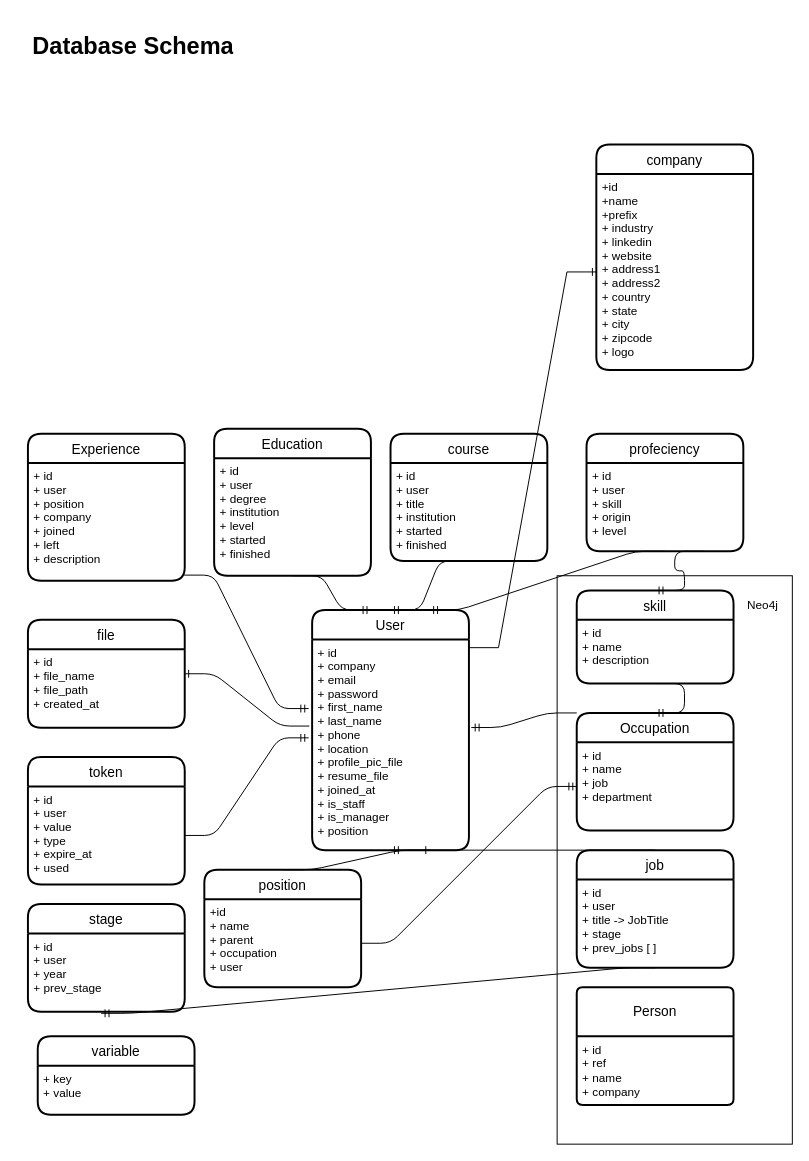
This is backend/schema/schema.drawio from EmileGrip/GripGenTech, a draw.io file, before an edit. Source tidied: cells renumbered, new cells numbered last; positions are measured from the earlier drawing's top-left corner, leaving out a move shared by most shapes. Both pictures are drawn from the tidied source at 98%, with x=0, y=0 at pixel (27, 26).
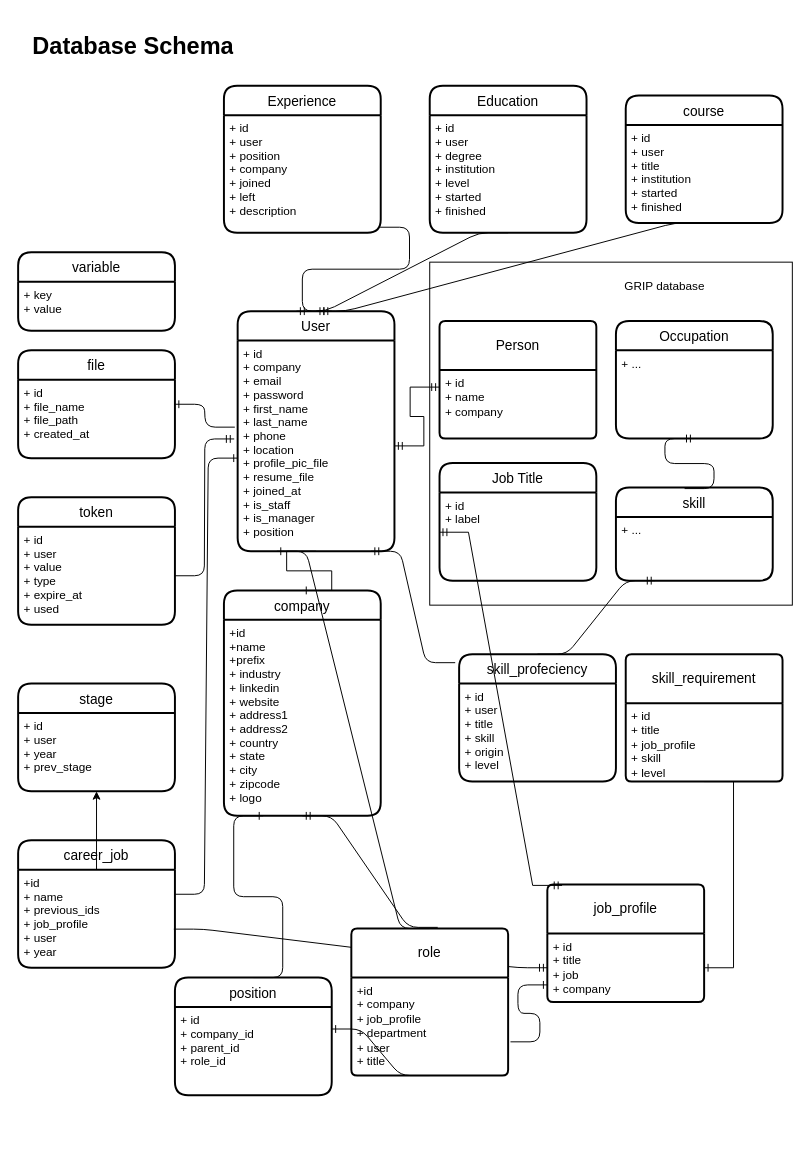
Above is the later version.

Unchanged cells that the change refers to:
```xml
<mxCell id="4" value="+id&#10;+name&#10;+prefix&#10;+ industry&#10;+ linkedin&#10;+ website&#10;+ address1&#10;+ address2&#10;+ country&#10;+ state&#10;+ city&#10;+ zipcode&#10;+ logo" style="align=left;strokeColor=none;fillColor=none;spacingLeft=4;fontSize=12;verticalAlign=top;" parent="3" vertex="1">
  <mxGeometry y="30" width="160" height="200" as="geometry" />
</mxCell>
<mxCell id="6" value="+ id&#10;+ company&#10;+ email&#10;+ password&#10;+ first_name&#10;+ last_name&#10;+ phone&#10;+ location&#10;+ profile_pic_file&#10;+ resume_file&#10;+ joined_at&#10;+ is_staff&#10;+ is_manager&#10;+ position" style="align=left;strokeColor=none;fillColor=none;spacingLeft=4;fontSize=12;verticalAlign=top;" parent="5" vertex="1">
  <mxGeometry y="30" width="160" height="215" as="geometry" />
</mxCell>
<mxCell id="20" value="+ id&#10;+ user&#10;+ position&#10;+ company&#10;+ joined&#10;+ left&#10;+ description" style="align=left;strokeColor=none;fillColor=none;spacingLeft=4;fontSize=12;verticalAlign=top;" parent="19" vertex="1">
  <mxGeometry y="30" width="160" height="120" as="geometry" />
</mxCell>
<mxCell id="28" value="+ id&#10;+ user&#10;+ year&#10;+ prev_stage" style="align=left;strokeColor=none;fillColor=none;spacingLeft=4;fontSize=12;verticalAlign=top;" parent="27" vertex="1">
  <mxGeometry y="30" width="160" height="80" as="geometry" />
</mxCell>
```

The edit, as a diff of the source:
```diff
@@
-    <mxCell id="2" style="rounded=0;whiteSpace=wrap;html=1;" parent="1" vertex="1">
-      <mxGeometry x="540" y="560" width="240" height="580" as="geometry" />
-    </mxCell>
+    <mxCell id="49" style="rounded=0;whiteSpace=wrap;html=1;" parent="1" vertex="1">
+      <mxGeometry x="410" y="240" width="370" height="350" as="geometry" />
+    </mxCell>
     <mxCell id="3" value="company" style="swimlane;horizontal=1;startSize=30;rounded=1;fontSize=14;fontStyle=0;strokeWidth=2;shadow=0;dashed=0;align=center;" parent="1" vertex="1">
-      <mxGeometry x="580" y="120" width="160" height="230" as="geometry" />
+      <mxGeometry x="200" y="575" width="160" height="230" as="geometry" />
     </mxCell>
@@
     <mxCell id="5" value="User" style="swimlane;horizontal=1;startSize=30;rounded=1;fontSize=14;fontStyle=0;strokeWidth=2;shadow=0;dashed=0;align=center;" parent="1" vertex="1">
-      <mxGeometry x="290" y="595" width="160" height="245" as="geometry" />
+      <mxGeometry x="214" y="290" width="160" height="245" as="geometry" />
     </mxCell>
@@
     <mxCell id="7" value="file" style="swimlane;horizontal=1;startSize=30;rounded=1;fontSize=14;fontStyle=0;strokeWidth=2;shadow=0;dashed=0;align=center;" parent="1" vertex="1">
-      <mxGeometry y="605" width="160" height="110" as="geometry" />
+      <mxGeometry x="-10" y="330" width="160" height="110" as="geometry" />
     </mxCell>
@@
-    <mxCell id="9" value="profeciency" style="swimlane;horizontal=1;startSize=30;rounded=1;fontSize=14;fontStyle=0;strokeWidth=2;shadow=0;dashed=0;align=center;" parent="1" vertex="1">
-      <mxGeometry x="570" y="415" width="160" height="120" as="geometry" />
+    <mxCell id="9" value="skill_profeciency" style="swimlane;horizontal=1;startSize=30;rounded=1;fontSize=14;fontStyle=0;strokeWidth=2;shadow=0;dashed=0;align=center;" parent="1" vertex="1">
+      <mxGeometry x="440" y="640" width="160" height="130" as="geometry" />
     </mxCell>
-    <mxCell id="10" value="+ id&#10;+ user&#10;+ skill&#10;+ origin&#10;+ level" style="align=left;strokeColor=none;fillColor=none;spacingLeft=4;fontSize=12;verticalAlign=top;" parent="9" vertex="1">
-      <mxGeometry y="30" width="160" height="90" as="geometry" />
+    <mxCell id="10" value="+ id&#10;+ user&#10;+ title&#10;+ skill&#10;+ origin&#10;+ level" style="align=left;strokeColor=none;fillColor=none;spacingLeft=4;fontSize=12;verticalAlign=top;" parent="9" vertex="1">
+      <mxGeometry y="30" width="160" height="100" as="geometry" />
     </mxCell>
     <mxCell id="11" value="skill" style="swimlane;horizontal=1;startSize=30;rounded=1;fontSize=14;fontStyle=0;strokeWidth=2;shadow=0;dashed=0;align=center;" parent="1" vertex="1">
-      <mxGeometry x="560" y="575" width="160" height="95" as="geometry" />
+      <mxGeometry x="600" y="470" width="160" height="95" as="geometry" />
     </mxCell>
-    <mxCell id="12" value="+ id&#10;+ name&#10;+ description&#10;" style="align=left;strokeColor=none;fillColor=none;spacingLeft=4;fontSize=12;verticalAlign=top;" parent="11" vertex="1">
+    <mxCell id="12" value="+ ..." style="align=left;strokeColor=none;fillColor=none;spacingLeft=4;fontSize=12;verticalAlign=top;" parent="11" vertex="1">
       <mxGeometry y="30" width="160" height="65" as="geometry" />
     </mxCell>
     <mxCell id="13" value="Occupation" style="swimlane;horizontal=1;startSize=30;rounded=1;fontSize=14;fontStyle=0;strokeWidth=2;shadow=0;dashed=0;align=center;" parent="1" vertex="1">
-      <mxGeometry x="560" y="700" width="160" height="120" as="geometry" />
+      <mxGeometry x="600" y="300" width="160" height="120" as="geometry" />
     </mxCell>
-    <mxCell id="14" value="+ id&#10;+ name&#10;+ job&#10;+ department" style="align=left;strokeColor=none;fillColor=none;spacingLeft=4;fontSize=12;verticalAlign=top;" parent="13" vertex="1">
+    <mxCell id="14" value="+ ..." style="align=left;strokeColor=none;fillColor=none;spacingLeft=4;fontSize=12;verticalAlign=top;" parent="13" vertex="1">
       <mxGeometry y="30" width="160" height="90" as="geometry" />
     </mxCell>
-    <mxCell id="15" value="position" style="swimlane;horizontal=1;startSize=30;rounded=1;fontSize=14;fontStyle=0;strokeWidth=2;shadow=0;dashed=0;align=center;" parent="1" vertex="1">
-      <mxGeometry x="180" y="860" width="160" height="120" as="geometry" />
+    <mxCell id="15" value="career_job" style="swimlane;horizontal=1;startSize=30;rounded=1;fontSize=14;fontStyle=0;strokeWidth=2;shadow=0;dashed=0;align=center;" parent="1" vertex="1">
+      <mxGeometry x="-10" y="830" width="160" height="130" as="geometry" />
     </mxCell>
-    <mxCell id="16" value="+id&#10;+ name&#10;+ parent&#10;+ occupation&#10;+ user" style="align=left;strokeColor=none;fillColor=none;spacingLeft=4;fontSize=12;verticalAlign=top;" parent="15" vertex="1">
-      <mxGeometry y="30" width="160" height="90" as="geometry" />
+    <mxCell id="16" value="+id&#10;+ name&#10;+ previous_ids&#10;+ job_profile&#10;+ user&#10;+ year" style="align=left;strokeColor=none;fillColor=none;spacingLeft=4;fontSize=12;verticalAlign=top;" parent="15" vertex="1">
+      <mxGeometry y="30" width="160" height="100" as="geometry" />
     </mxCell>
     <mxCell id="17" value="Education" style="swimlane;horizontal=1;startSize=30;rounded=1;fontSize=14;fontStyle=0;strokeWidth=2;shadow=0;dashed=0;align=center;" parent="1" vertex="1">
-      <mxGeometry x="190" y="410" width="160" height="150" as="geometry" />
+      <mxGeometry x="410" y="60" width="160" height="150" as="geometry" />
     </mxCell>
@@
     <mxCell id="19" value="Experience" style="swimlane;horizontal=1;startSize=30;rounded=1;fontSize=14;fontStyle=0;strokeWidth=2;shadow=0;dashed=0;align=center;" parent="1" vertex="1">
-      <mxGeometry y="415" width="160" height="150" as="geometry" />
+      <mxGeometry x="200" y="60" width="160" height="150" as="geometry" />
     </mxCell>
@@
     <mxCell id="21" value="token" style="swimlane;horizontal=1;startSize=30;rounded=1;fontSize=14;fontStyle=0;strokeWidth=2;shadow=0;dashed=0;align=center;" parent="1" vertex="1">
-      <mxGeometry y="745" width="160" height="130" as="geometry" />
+      <mxGeometry x="-10" y="480" width="160" height="130" as="geometry" />
     </mxCell>
@@
     <mxCell id="23" value="course" style="swimlane;horizontal=1;startSize=30;rounded=1;fontSize=14;fontStyle=0;strokeWidth=2;shadow=0;dashed=0;align=center;" parent="1" vertex="1">
-      <mxGeometry x="370" y="415" width="160" height="130" as="geometry" />
+      <mxGeometry x="610" y="70" width="160" height="130" as="geometry" />
     </mxCell>
@@
     <mxCell id="25" value="variable" style="swimlane;horizontal=1;startSize=30;rounded=1;fontSize=14;fontStyle=0;strokeWidth=2;shadow=0;dashed=0;align=center;" parent="1" vertex="1">
-      <mxGeometry x="10" y="1030" width="160" height="80" as="geometry" />
+      <mxGeometry x="-10" y="230" width="160" height="80" as="geometry" />
     </mxCell>
@@
     <mxCell id="27" value="stage" style="swimlane;horizontal=1;startSize=30;rounded=1;fontSize=14;fontStyle=0;strokeWidth=2;shadow=0;dashed=0;align=center;" parent="1" vertex="1">
-      <mxGeometry y="895" width="160" height="110" as="geometry" />
+      <mxGeometry x="-10" y="670" width="160" height="110" as="geometry" />
     </mxCell>
@@
-    <mxCell id="29" value="job" style="swimlane;horizontal=1;startSize=30;rounded=1;fontSize=14;fontStyle=0;strokeWidth=2;shadow=0;dashed=0;align=center;" parent="1" vertex="1">
-      <mxGeometry x="560" y="840" width="160" height="120" as="geometry" />
+    <mxCell id="29" value="Job Title" style="swimlane;horizontal=1;startSize=30;rounded=1;fontSize=14;fontStyle=0;strokeWidth=2;shadow=0;dashed=0;align=center;" parent="1" vertex="1">
+      <mxGeometry x="420" y="445" width="160" height="120" as="geometry" />
     </mxCell>
-    <mxCell id="30" value="+ id&#10;+ user&#10;+ title -&gt; JobTitle&#10;+ stage&#10;+ prev_jobs [ ]" style="align=left;strokeColor=none;fillColor=none;spacingLeft=4;fontSize=12;verticalAlign=top;" parent="29" vertex="1">
+    <mxCell id="30" value="+ id&#10;+ label&#10;" style="align=left;strokeColor=none;fillColor=none;spacingLeft=4;fontSize=12;verticalAlign=top;" parent="29" vertex="1">
       <mxGeometry y="30" width="160" height="90" as="geometry" />
     </mxCell>
-    <mxCell id="31" style="edgeStyle=entityRelationEdgeStyle;fontSize=12;html=1;endArrow=ERmandOne;exitX=0.5;exitY=1;exitDx=0;exitDy=0;entryX=0.467;entryY=1.019;entryDx=0;entryDy=0;entryPerimeter=0;" parent="1" edge="1" source="30" target="28">
-      <mxGeometry relative="1" as="geometry" />
-    </mxCell>
@@
-    <mxCell id="34" style="edgeStyle=entityRelationEdgeStyle;fontSize=12;html=1;endArrow=ERmandOne;exitX=0.996;exitY=0.953;exitDx=0;exitDy=0;exitPerimeter=0;entryX=-0.022;entryY=0.328;entryDx=0;entryDy=0;entryPerimeter=0;" parent="1" edge="1" source="20" target="6">
-      <mxGeometry relative="1" as="geometry" />
+    <mxCell id="34" style="edgeStyle=entityRelationEdgeStyle;fontSize=12;html=1;endArrow=ERmandOne;exitX=0.996;exitY=0.953;exitDx=0;exitDy=0;exitPerimeter=0;" parent="1" edge="1" source="20">
+      <mxGeometry relative="1" as="geometry">
+        <mxPoint x="310" y="290" as="targetPoint" />
+      </mxGeometry>
     </mxCell>
@@
-    <mxCell id="37" style="edgeStyle=entityRelationEdgeStyle;fontSize=12;html=1;endArrow=ERmandOne;exitX=0.5;exitY=1;exitDx=0;exitDy=0;entryX=0.75;entryY=0;entryDx=0;entryDy=0;" parent="1" edge="1" source="10" target="5">
+    <mxCell id="37" style="edgeStyle=entityRelationEdgeStyle;fontSize=12;html=1;endArrow=ERmandOne;exitX=-0.025;exitY=0.067;exitDx=0;exitDy=0;entryX=0.85;entryY=1;entryDx=0;entryDy=0;exitPerimeter=0;entryPerimeter=0;" parent="1" edge="1" source="9" target="6">
       <mxGeometry relative="1" as="geometry" />
     </mxCell>
-    <mxCell id="38" style="edgeStyle=entityRelationEdgeStyle;fontSize=12;html=1;endArrow=ERmandOne;entryX=0.5;entryY=0;entryDx=0;entryDy=0;exitX=0.75;exitY=1;exitDx=0;exitDy=0;" parent="1" edge="1" source="10" target="11">
+    <mxCell id="38" style="edgeStyle=entityRelationEdgeStyle;fontSize=12;html=1;endArrow=ERmandOne;entryX=0.25;entryY=1;entryDx=0;entryDy=0;exitX=0.5;exitY=0;exitDx=0;exitDy=0;" parent="1" edge="1" source="9" target="12">
       <mxGeometry relative="1" as="geometry" />
     </mxCell>
-    <mxCell id="39" style="edgeStyle=entityRelationEdgeStyle;fontSize=12;html=1;endArrow=ERmandOne;entryX=0.5;entryY=0;entryDx=0;entryDy=0;exitX=0.5;exitY=1;exitDx=0;exitDy=0;" parent="1" edge="1" source="12" target="13">
+    <mxCell id="39" style="edgeStyle=entityRelationEdgeStyle;fontSize=12;html=1;endArrow=ERmandOne;entryX=0.5;entryY=1;entryDx=0;entryDy=0;exitX=0.438;exitY=0.011;exitDx=0;exitDy=0;exitPerimeter=0;" parent="1" edge="1" source="11" target="14">
       <mxGeometry relative="1" as="geometry" />
     </mxCell>
-    <mxCell id="40" style="edgeStyle=entityRelationEdgeStyle;fontSize=12;html=1;endArrow=ERmandOne;exitX=0;exitY=0;exitDx=0;exitDy=0;entryX=1.015;entryY=0.418;entryDx=0;entryDy=0;entryPerimeter=0;" parent="1" edge="1" source="13" target="6">
-      <mxGeometry relative="1" as="geometry" />
-    </mxCell>
-    <mxCell id="41" style="edgeStyle=entityRelationEdgeStyle;fontSize=12;html=1;endArrow=ERmandOne;exitX=1;exitY=0.5;exitDx=0;exitDy=0;" parent="1" edge="1" source="16" target="14">
+    <mxCell id="41" style="edgeStyle=entityRelationEdgeStyle;fontSize=12;html=1;endArrow=ERmandOne;exitX=0.993;exitY=0.606;exitDx=0;exitDy=0;exitPerimeter=0;" parent="1" edge="1" source="16" target="55">
       <mxGeometry relative="1" as="geometry" />
     </mxCell>
-    <mxCell id="42" style="edgeStyle=entityRelationEdgeStyle;fontSize=12;html=1;endArrow=ERmandOne;exitX=0.5;exitY=0;exitDx=0;exitDy=0;entryX=0.5;entryY=1;entryDx=0;entryDy=0;" parent="1" edge="1" source="29" target="6">
-      <mxGeometry relative="1" as="geometry" />
-    </mxCell>
-    <mxCell id="43" style="edgeStyle=entityRelationEdgeStyle;fontSize=12;html=1;endArrow=ERone;endFill=1;exitX=0.5;exitY=0;exitDx=0;exitDy=0;entryX=0.75;entryY=1;entryDx=0;entryDy=0;" parent="1" edge="1" source="15" target="6">
+    <mxCell id="43" style="edgeStyle=entityRelationEdgeStyle;fontSize=12;html=1;endArrow=ERone;endFill=1;exitX=1;exitY=0.25;exitDx=0;exitDy=0;entryX=0;entryY=0.558;entryDx=0;entryDy=0;entryPerimeter=0;" parent="1" edge="1" source="16" target="6">
       <mxGeometry relative="1" as="geometry" />
     </mxCell>
@@
+    <mxCell id="48" style="edgeStyle=entityRelationEdgeStyle;fontSize=12;html=1;endArrow=ERone;endFill=1;rounded=0;entryX=0.5;entryY=0;entryDx=0;entryDy=0;exitX=0.5;exitY=1;exitDx=0;exitDy=0;" parent="1" edge="1" source="6" target="3">
+      <mxGeometry relative="1" as="geometry" />
+    </mxCell>
+    <mxCell id="50" value="skill_requirement" style="swimlane;horizontal=1;startSize=50;rounded=1;fontSize=14;fontStyle=0;strokeWidth=2;shadow=0;dashed=0;align=center;arcSize=4;whiteSpace=wrap;html=1;" parent="1" vertex="1">
+      <mxGeometry x="610" y="640" width="160" height="130" as="geometry" />
+    </mxCell>
+    <mxCell id="51" value="+ id&amp;nbsp;&lt;br&gt;+ title&lt;br&gt;+ job_profile&lt;br&gt;+ skill&lt;br&gt;+ level" style="align=left;strokeColor=none;fillColor=none;spacingLeft=4;fontSize=12;verticalAlign=top;html=1;" parent="50" vertex="1">
+      <mxGeometry y="50" width="160" height="80" as="geometry" />
+    </mxCell>
+    <mxCell id="52" value="role" style="swimlane;horizontal=1;startSize=50;rounded=1;fontSize=14;fontStyle=0;strokeWidth=2;shadow=0;dashed=0;align=center;arcSize=4;whiteSpace=wrap;html=1;" parent="1" vertex="1">
+      <mxGeometry x="330" y="920" width="160" height="150" as="geometry" />
+    </mxCell>
+    <mxCell id="53" value="+id&amp;nbsp;&lt;br&gt;+ company&lt;br&gt;+ job_profile&lt;br&gt;+ department&lt;br&gt;+ user&lt;br&gt;+ title" style="align=left;strokeColor=none;fillColor=none;spacingLeft=4;fontSize=12;verticalAlign=top;html=1;" parent="52" vertex="1">
+      <mxGeometry y="50" width="160" height="100" as="geometry" />
+    </mxCell>
+    <mxCell id="54" value="job_profile" style="swimlane;horizontal=1;startSize=50;rounded=1;fontSize=14;fontStyle=0;strokeWidth=2;shadow=0;dashed=0;align=center;arcSize=4;whiteSpace=wrap;html=1;" parent="1" vertex="1">
+      <mxGeometry x="530" y="875" width="160" height="120" as="geometry" />
+    </mxCell>
+    <mxCell id="55" value="+ id&lt;br&gt;+ title&lt;br&gt;+ job&lt;br&gt;+ company" style="align=left;strokeColor=none;fillColor=none;spacingLeft=4;fontSize=12;verticalAlign=top;html=1;" parent="54" vertex="1">
+      <mxGeometry y="50" width="160" height="70" as="geometry" />
+    </mxCell>
+    <mxCell id="56" style="edgeStyle=entityRelationEdgeStyle;fontSize=12;html=1;endArrow=ERmandOne;startArrow=ERmandOne;rounded=0;entryX=-0.003;entryY=0.451;entryDx=0;entryDy=0;entryPerimeter=0;exitX=0.094;exitY=0.008;exitDx=0;exitDy=0;exitPerimeter=0;" parent="1" edge="1" source="54" target="30">
+      <mxGeometry relative="1" as="geometry" />
+    </mxCell>
+    <mxCell id="57" style="edgeStyle=entityRelationEdgeStyle;fontSize=12;html=1;endArrow=ERmandOne;startArrow=ERmandOne;rounded=0;exitX=1;exitY=0.5;exitDx=0;exitDy=0;entryX=0;entryY=0.25;entryDx=0;entryDy=0;" parent="1" edge="1" source="6" target="46">
+      <mxGeometry relative="1" as="geometry" />
+    </mxCell>
     <mxCell id="45" value="Person" style="swimlane;horizontal=1;startSize=50;rounded=1;fontSize=14;fontStyle=0;strokeWidth=2;shadow=0;dashed=0;align=center;arcSize=4;whiteSpace=wrap;html=1;" parent="1" vertex="1">
-      <mxGeometry x="560" y="980" width="160" height="120" as="geometry" />
+      <mxGeometry x="420" y="300" width="160" height="120" as="geometry" />
     </mxCell>
-    <mxCell id="46" value="+ id&lt;br&gt;+ ref&lt;br&gt;+ name&lt;br&gt;+ company" style="align=left;strokeColor=none;fillColor=none;spacingLeft=4;fontSize=12;verticalAlign=top;html=1;" parent="45" vertex="1">
+    <mxCell id="46" value="+ id&lt;br&gt;+ name&lt;br&gt;+ company" style="align=left;strokeColor=none;fillColor=none;spacingLeft=4;fontSize=12;verticalAlign=top;html=1;" parent="45" vertex="1">
       <mxGeometry y="50" width="160" height="70" as="geometry" />
     </mxCell>
-    <mxCell id="47" value="Neo4j" style="text;html=1;strokeColor=none;fillColor=none;align=center;verticalAlign=middle;whiteSpace=wrap;rounded=0;" parent="1" vertex="1">
-      <mxGeometry x="720" y="575" width="60" height="30" as="geometry" />
-    </mxCell>
-    <mxCell id="48" style="edgeStyle=entityRelationEdgeStyle;fontSize=12;html=1;endArrow=ERone;endFill=1;rounded=0;entryX=0;entryY=0.5;entryDx=0;entryDy=0;exitX=1.001;exitY=0.039;exitDx=0;exitDy=0;exitPerimeter=0;" parent="1" edge="1" source="6" target="4">
-      <mxGeometry relative="1" as="geometry" />
-    </mxCell>
+    <mxCell id="58" style="edgeStyle=orthogonalEdgeStyle;rounded=0;jettySize=auto;html=1;" parent="1" edge="1" source="16" target="28">
+      <mxGeometry relative="1" as="geometry" />
+    </mxCell>
+    <mxCell id="59" style="edgeStyle=entityRelationEdgeStyle;fontSize=12;html=1;endArrow=ERone;endFill=1;rounded=0;exitX=0.5;exitY=1;exitDx=0;exitDy=0;" parent="1" edge="1" source="51" target="55">
+      <mxGeometry relative="1" as="geometry" />
+    </mxCell>
+    <mxCell id="60" style="edgeStyle=entityRelationEdgeStyle;fontSize=12;html=1;endArrow=ERone;endFill=1;exitX=0.5;exitY=0;exitDx=0;exitDy=0;entryX=0.25;entryY=1;entryDx=0;entryDy=0;" parent="1" edge="1" source="52" target="6">
+      <mxGeometry relative="1" as="geometry" />
+    </mxCell>
+    <mxCell id="61" style="edgeStyle=entityRelationEdgeStyle;fontSize=12;html=1;endArrow=ERmandOne;entryX=0.5;entryY=1;entryDx=0;entryDy=0;exitX=0.551;exitY=-0.008;exitDx=0;exitDy=0;exitPerimeter=0;" parent="1" edge="1" source="52" target="4">
+      <mxGeometry relative="1" as="geometry" />
+    </mxCell>
+    <mxCell id="62" style="edgeStyle=entityRelationEdgeStyle;fontSize=12;html=1;endArrow=ERone;endFill=1;exitX=1.015;exitY=0.656;exitDx=0;exitDy=0;exitPerimeter=0;entryX=0;entryY=0.75;entryDx=0;entryDy=0;" parent="1" edge="1" source="53" target="55">
+      <mxGeometry relative="1" as="geometry" />
+    </mxCell>
+    <mxCell id="63" value="GRIP database" style="text;html=1;strokeColor=none;fillColor=none;align=center;verticalAlign=middle;whiteSpace=wrap;rounded=0;" parent="1" vertex="1">
+      <mxGeometry x="600" y="250" width="100" height="30" as="geometry" />
+    </mxCell>
+    <mxCell id="64" value="position" style="swimlane;horizontal=1;startSize=30;rounded=1;fontSize=14;fontStyle=0;strokeWidth=2;shadow=0;dashed=0;align=center;" parent="1" vertex="1">
+      <mxGeometry x="150" y="970" width="160" height="120" as="geometry" />
+    </mxCell>
+    <mxCell id="65" value="+ id&#10;+ company_id&#10;+ parent_id&#10;+ role_id" style="align=left;strokeColor=none;fillColor=none;spacingLeft=4;fontSize=12;verticalAlign=top;" parent="64" vertex="1">
+      <mxGeometry y="30" width="160" height="90" as="geometry" />
+    </mxCell>
+    <mxCell id="66" style="edgeStyle=entityRelationEdgeStyle;fontSize=12;html=1;endArrow=ERone;endFill=1;exitX=0.5;exitY=1;exitDx=0;exitDy=0;entryX=1;entryY=0.25;entryDx=0;entryDy=0;" parent="1" edge="1" source="53" target="65">
+      <mxGeometry relative="1" as="geometry" />
+    </mxCell>
+    <mxCell id="67" style="edgeStyle=entityRelationEdgeStyle;fontSize=12;html=1;endArrow=ERone;endFill=1;exitX=0.5;exitY=0;exitDx=0;exitDy=0;entryX=0.25;entryY=1;entryDx=0;entryDy=0;" parent="1" edge="1" source="64" target="4">
+      <mxGeometry relative="1" as="geometry" />
+    </mxCell>
```
